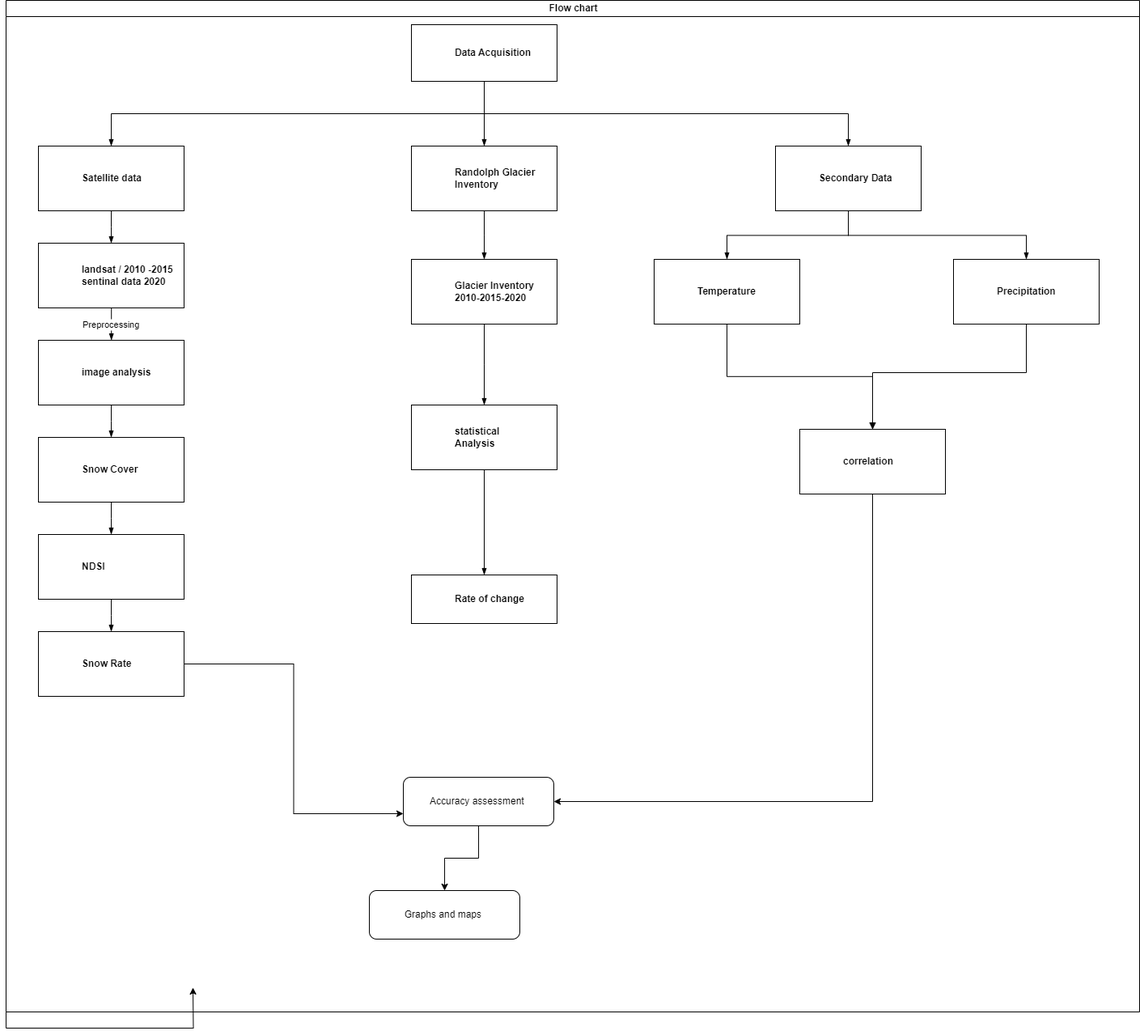
The draw.io diagram FINALYAER.drawio.png in ZameerAbbas/10-question, before a commit. Source tidied: cells renumbered, new cells last; positions are measured from the earlier drawing's top-left corner, leaving out a move shared by most shapes.
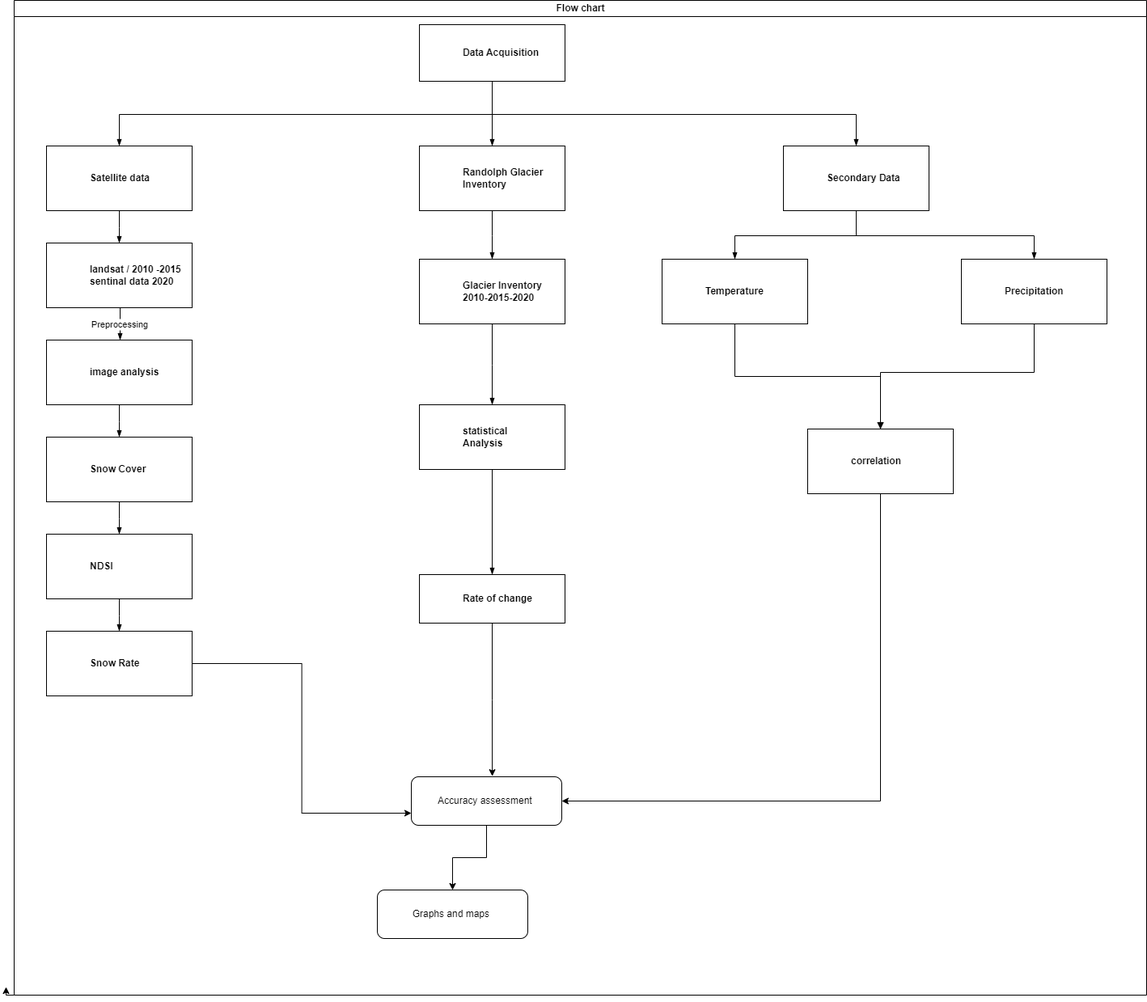
The same file after the commit.

Change to the diagram source:
```diff
@@ -4,11 +4,11 @@
     <mxCell id="1" parent="0" />
     <mxCell id="2" style="edgeStyle=orthogonalEdgeStyle;rounded=0;jettySize=auto;html=1;exitX=0;exitY=1;exitDx=0;exitDy=0;" parent="1" edge="1" source="3">
       <mxGeometry relative="1" as="geometry">
-        <mxPoint x="231" y="1220" as="targetPoint" />
+        <mxPoint x="-10" y="1220" as="targetPoint" />
       </mxGeometry>
     </mxCell>
     <mxCell id="3" value="Flow chart" style="swimlane;html=1;startSize=20;horizontal=1;containerType=tree;glass=0;" parent="1" vertex="1">
-      <mxGeometry width="1401" height="1250" as="geometry" />
+      <mxGeometry width="1400" height="1230" as="geometry" />
     </mxCell>
     <object id="4" label="Data Acquisition&amp;nbsp;" email="me@example.com" location="Office 1" name="Tessa Miller" placeholders="1" position="CFO">
       <mxCell style="label;whiteSpace=wrap;html=1;rounded=0;glass=0;" parent="3" vertex="1">
@@ -154,5 +154,8 @@
     <mxCell id="38" value="Graphs and maps&amp;nbsp;" style="rounded=1;whiteSpace=wrap;html=1;" parent="3" vertex="1">
       <mxGeometry x="449" y="1100" width="186" height="60" as="geometry" />
     </mxCell>
+    <mxCell id="39" style="edgeStyle=orthogonalEdgeStyle;rounded=0;jettySize=auto;html=1;entryX=0.538;entryY=-0.013;entryDx=0;entryDy=0;entryPerimeter=0;" parent="3" edge="1" source="35" target="36">
+      <mxGeometry relative="1" as="geometry" />
+    </mxCell>
   </root>
 </mxGraphModel>
```
